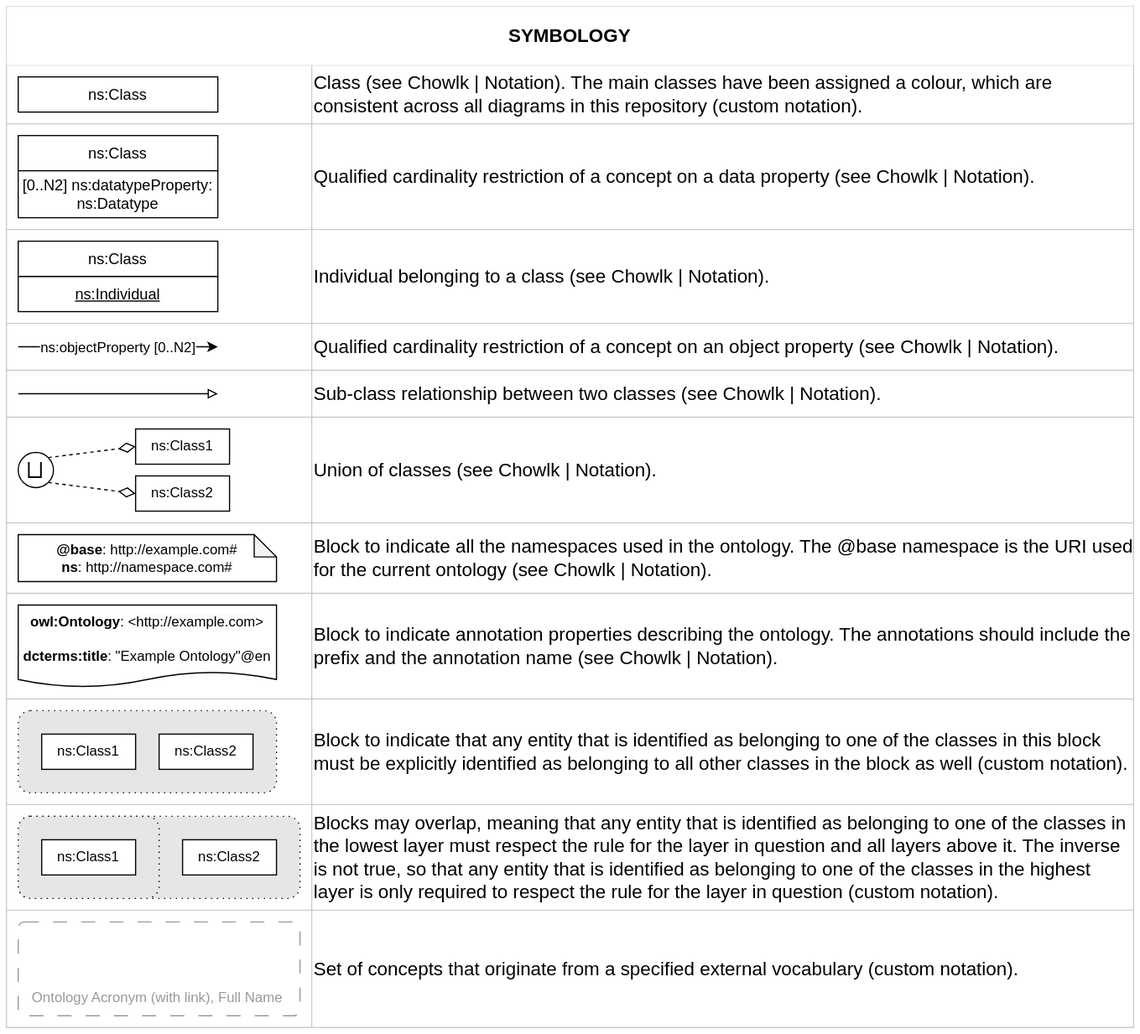
This is legend.svg from NERC-CEH/digital-objects-ontology, a draw.io export, as it was before one commit. Source tidied: cells renumbered, new cells last; positions are measured from the earlier drawing's top-left corner, leaving out a move shared by most shapes.
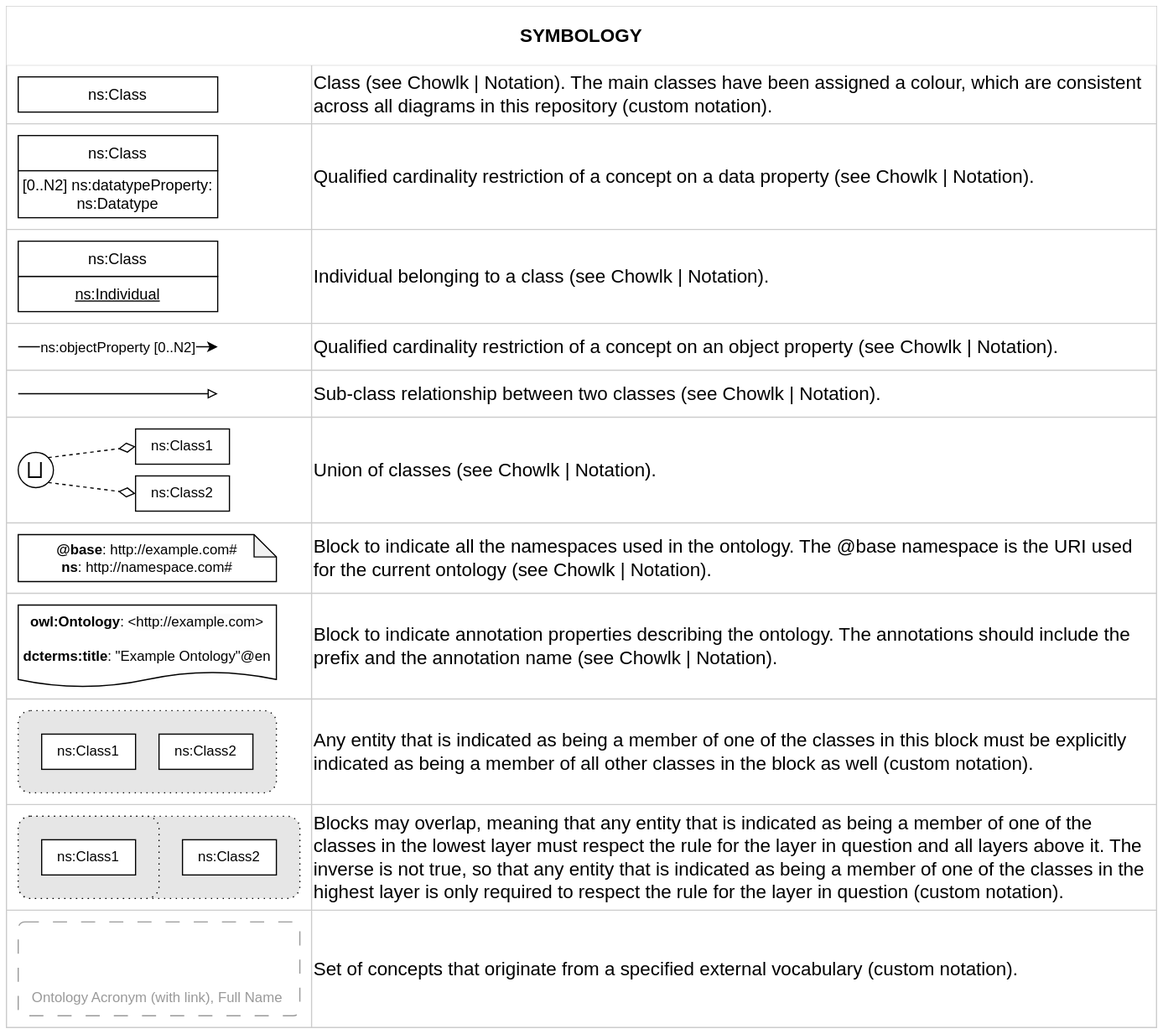
After the change.

Change to the diagram source:
```diff
@@ -3,112 +3,112 @@
     <mxCell id="0" />
     <mxCell id="1" parent="0" />
     <mxCell id="2" style="shape=table;startSize=0;fontSize=16;strokeColor=#CCCCCC;" parent="1" vertex="1">
-      <mxGeometry width="960" height="870" as="geometry" />
+      <mxGeometry width="980" height="870" as="geometry" />
     </mxCell>
     <mxCell id="3" style="shape=tableRow;horizontal=0;startSize=0;swimlaneHead=0;swimlaneBody=0;strokeColor=inherit;top=0;left=0;bottom=0;right=0;fillColor=default;fontSize=16;" parent="2" vertex="1">
-      <mxGeometry width="960" height="50" as="geometry" />
+      <mxGeometry width="980" height="50" as="geometry" />
     </mxCell>
     <mxCell id="4" value="&lt;b&gt;SYMBOLOGY&lt;/b&gt;" style="shape=partialRectangle;html=1;whiteSpace=wrap;strokeColor=inherit;overflow=hidden;fillColor=none;top=0;left=0;bottom=0;right=0;fontSize=16;rowspan=1;colspan=2;" parent="3" vertex="1">
-      <mxGeometry width="960" height="50" as="geometry" />
+      <mxGeometry width="980" height="50" as="geometry" />
     </mxCell>
     <mxCell id="5" style="shape=tableRow;horizontal=0;startSize=0;swimlaneHead=0;swimlaneBody=0;strokeColor=inherit;top=0;left=0;bottom=0;right=0;fillColor=none;fontSize=16;" parent="2" vertex="1">
-      <mxGeometry y="50" width="960" height="50" as="geometry" />
+      <mxGeometry y="50" width="980" height="50" as="geometry" />
     </mxCell>
     <mxCell id="6" style="shape=partialRectangle;html=1;whiteSpace=wrap;strokeColor=inherit;overflow=hidden;fillColor=none;top=0;left=0;bottom=0;right=0;fontSize=16;" parent="5" vertex="1">
       <mxGeometry width="260" height="50" as="geometry" />
     </mxCell>
     <mxCell id="7" value="Class (see&amp;nbsp;&lt;a href=&quot;https://chowlk.linkeddata.es/notation.html&quot;&gt;Chowlk | Notation&lt;/a&gt;). The main classes have been assigned a colour, which are consistent across all diagrams in this repository (custom notation)." style="shape=partialRectangle;html=1;whiteSpace=wrap;strokeColor=inherit;overflow=hidden;fillColor=none;top=0;left=0;bottom=0;right=0;fontSize=16;align=left;" parent="5" vertex="1">
-      <mxGeometry x="260" width="700" height="50" as="geometry" />
+      <mxGeometry x="260" width="720" height="50" as="geometry" />
     </mxCell>
     <mxCell id="8" style="shape=tableRow;horizontal=0;startSize=0;swimlaneHead=0;swimlaneBody=0;strokeColor=inherit;top=0;left=0;bottom=0;right=0;fillColor=none;fontSize=16;" parent="2" vertex="1">
-      <mxGeometry y="100" width="960" height="90" as="geometry" />
+      <mxGeometry y="100" width="980" height="90" as="geometry" />
     </mxCell>
     <mxCell id="9" style="shape=partialRectangle;html=1;whiteSpace=wrap;strokeColor=inherit;overflow=hidden;fillColor=none;top=0;left=0;bottom=0;right=0;fontSize=16;" parent="8" vertex="1">
       <mxGeometry width="260" height="90" as="geometry" />
     </mxCell>
     <mxCell id="10" value="Qualified cardinality restriction of a concept on a data property&amp;nbsp;(see&amp;nbsp;&lt;a href=&quot;https://chowlk.linkeddata.es/notation.html&quot;&gt;Chowlk | Notation&lt;/a&gt;)." style="shape=partialRectangle;html=1;whiteSpace=wrap;strokeColor=inherit;overflow=hidden;fillColor=none;top=0;left=0;bottom=0;right=0;fontSize=16;align=left;" parent="8" vertex="1">
-      <mxGeometry x="260" width="700" height="90" as="geometry" />
+      <mxGeometry x="260" width="720" height="90" as="geometry" />
     </mxCell>
     <mxCell id="11" style="shape=tableRow;horizontal=0;startSize=0;swimlaneHead=0;swimlaneBody=0;strokeColor=inherit;top=0;left=0;bottom=0;right=0;fillColor=none;fontSize=16;" parent="2" vertex="1">
-      <mxGeometry y="190" width="960" height="80" as="geometry" />
+      <mxGeometry y="190" width="980" height="80" as="geometry" />
     </mxCell>
     <mxCell id="12" style="shape=partialRectangle;html=1;whiteSpace=wrap;strokeColor=inherit;overflow=hidden;fillColor=none;top=0;left=0;bottom=0;right=0;fontSize=16;" parent="11" vertex="1">
       <mxGeometry width="260" height="80" as="geometry" />
     </mxCell>
     <mxCell id="13" value="Individual belonging to a class (see&amp;nbsp;&lt;a href=&quot;https://chowlk.linkeddata.es/notation.html&quot;&gt;Chowlk | Notation&lt;/a&gt;)." style="shape=partialRectangle;html=1;whiteSpace=wrap;strokeColor=inherit;overflow=hidden;fillColor=none;top=0;left=0;bottom=0;right=0;fontSize=16;align=left;" parent="11" vertex="1">
-      <mxGeometry x="260" width="700" height="80" as="geometry" />
+      <mxGeometry x="260" width="720" height="80" as="geometry" />
     </mxCell>
     <mxCell id="14" style="shape=tableRow;horizontal=0;startSize=0;swimlaneHead=0;swimlaneBody=0;strokeColor=inherit;top=0;left=0;bottom=0;right=0;fillColor=none;fontSize=16;" parent="2" vertex="1">
-      <mxGeometry y="270" width="960" height="40" as="geometry" />
+      <mxGeometry y="270" width="980" height="40" as="geometry" />
     </mxCell>
     <mxCell id="15" style="shape=partialRectangle;html=1;whiteSpace=wrap;strokeColor=inherit;overflow=hidden;fillColor=none;top=0;left=0;bottom=0;right=0;fontSize=16;" parent="14" vertex="1">
       <mxGeometry width="260" height="40" as="geometry" />
     </mxCell>
     <mxCell id="16" value="Qualified cardinality restriction of a concept on an object property&amp;nbsp;(see&amp;nbsp;&lt;a href=&quot;https://chowlk.linkeddata.es/notation.html&quot;&gt;Chowlk | Notation&lt;/a&gt;)." style="shape=partialRectangle;html=1;whiteSpace=wrap;strokeColor=inherit;overflow=hidden;fillColor=none;top=0;left=0;bottom=0;right=0;fontSize=16;align=left;" parent="14" vertex="1">
-      <mxGeometry x="260" width="700" height="40" as="geometry" />
+      <mxGeometry x="260" width="720" height="40" as="geometry" />
     </mxCell>
     <mxCell id="17" style="shape=tableRow;horizontal=0;startSize=0;swimlaneHead=0;swimlaneBody=0;strokeColor=inherit;top=0;left=0;bottom=0;right=0;fillColor=none;fontSize=16;" parent="2" vertex="1">
-      <mxGeometry y="310" width="960" height="40" as="geometry" />
+      <mxGeometry y="310" width="980" height="40" as="geometry" />
     </mxCell>
     <mxCell id="18" style="shape=partialRectangle;html=1;whiteSpace=wrap;strokeColor=inherit;overflow=hidden;fillColor=none;top=0;left=0;bottom=0;right=0;fontSize=16;" parent="17" vertex="1">
       <mxGeometry width="260" height="40" as="geometry" />
     </mxCell>
     <mxCell id="19" value="Sub-class relationship between two classes&amp;nbsp;(see&amp;nbsp;&lt;a href=&quot;https://chowlk.linkeddata.es/notation.html&quot;&gt;Chowlk | Notation&lt;/a&gt;)." style="shape=partialRectangle;html=1;whiteSpace=wrap;strokeColor=inherit;overflow=hidden;fillColor=none;top=0;left=0;bottom=0;right=0;fontSize=16;align=left;" parent="17" vertex="1">
-      <mxGeometry x="260" width="700" height="40" as="geometry" />
+      <mxGeometry x="260" width="720" height="40" as="geometry" />
     </mxCell>
     <mxCell id="20" style="shape=tableRow;horizontal=0;startSize=0;swimlaneHead=0;swimlaneBody=0;strokeColor=inherit;top=0;left=0;bottom=0;right=0;fillColor=none;fontSize=16;" parent="2" vertex="1">
-      <mxGeometry y="350" width="960" height="90" as="geometry" />
+      <mxGeometry y="350" width="980" height="90" as="geometry" />
     </mxCell>
     <mxCell id="21" style="shape=partialRectangle;html=1;whiteSpace=wrap;strokeColor=inherit;overflow=hidden;fillColor=none;top=0;left=0;bottom=0;right=0;fontSize=16;" parent="20" vertex="1">
       <mxGeometry width="260" height="90" as="geometry" />
     </mxCell>
     <mxCell id="22" value="Union of classes&amp;nbsp;(see&amp;nbsp;&lt;a href=&quot;https://chowlk.linkeddata.es/notation.html&quot;&gt;Chowlk | Notation&lt;/a&gt;)." style="shape=partialRectangle;html=1;whiteSpace=wrap;strokeColor=inherit;overflow=hidden;fillColor=none;top=0;left=0;bottom=0;right=0;fontSize=16;align=left;" parent="20" vertex="1">
-      <mxGeometry x="260" width="700" height="90" as="geometry" />
+      <mxGeometry x="260" width="720" height="90" as="geometry" />
     </mxCell>
     <mxCell id="23" style="shape=tableRow;horizontal=0;startSize=0;swimlaneHead=0;swimlaneBody=0;strokeColor=inherit;top=0;left=0;bottom=0;right=0;fillColor=none;fontSize=16;" parent="2" vertex="1">
-      <mxGeometry y="440" width="960" height="60" as="geometry" />
+      <mxGeometry y="440" width="980" height="60" as="geometry" />
     </mxCell>
     <mxCell id="24" style="shape=partialRectangle;html=1;whiteSpace=wrap;strokeColor=inherit;overflow=hidden;fillColor=none;top=0;left=0;bottom=0;right=0;fontSize=16;" parent="23" vertex="1">
       <mxGeometry width="260" height="60" as="geometry" />
     </mxCell>
     <mxCell id="25" value="Block to indicate all the namespaces used in the ontology. The @base namespace is the URI used for the current ontology&amp;nbsp;(see&amp;nbsp;&lt;a href=&quot;https://chowlk.linkeddata.es/notation.html&quot;&gt;Chowlk | Notation&lt;/a&gt;)." style="shape=partialRectangle;html=1;whiteSpace=wrap;strokeColor=inherit;overflow=hidden;fillColor=none;top=0;left=0;bottom=0;right=0;fontSize=16;align=left;" parent="23" vertex="1">
-      <mxGeometry x="260" width="700" height="60" as="geometry" />
+      <mxGeometry x="260" width="720" height="60" as="geometry" />
     </mxCell>
     <mxCell id="26" style="shape=tableRow;horizontal=0;startSize=0;swimlaneHead=0;swimlaneBody=0;strokeColor=inherit;top=0;left=0;bottom=0;right=0;fillColor=none;fontSize=16;" parent="2" vertex="1">
-      <mxGeometry y="500" width="960" height="90" as="geometry" />
+      <mxGeometry y="500" width="980" height="90" as="geometry" />
     </mxCell>
     <mxCell id="27" style="shape=partialRectangle;html=1;whiteSpace=wrap;strokeColor=inherit;overflow=hidden;fillColor=none;top=0;left=0;bottom=0;right=0;fontSize=16;" parent="26" vertex="1">
       <mxGeometry width="260" height="90" as="geometry" />
     </mxCell>
     <mxCell id="28" value="Block to indicate annotation properties describing the ontology. The annotations should include the prefix and the annotation name&amp;nbsp;(see&amp;nbsp;&lt;a href=&quot;https://chowlk.linkeddata.es/notation.html&quot;&gt;Chowlk | Notation&lt;/a&gt;)." style="shape=partialRectangle;html=1;whiteSpace=wrap;strokeColor=inherit;overflow=hidden;fillColor=none;top=0;left=0;bottom=0;right=0;fontSize=16;align=left;" parent="26" vertex="1">
-      <mxGeometry x="260" width="700" height="90" as="geometry" />
+      <mxGeometry x="260" width="720" height="90" as="geometry" />
     </mxCell>
     <mxCell id="29" style="shape=tableRow;horizontal=0;startSize=0;swimlaneHead=0;swimlaneBody=0;strokeColor=inherit;top=0;left=0;bottom=0;right=0;fillColor=none;fontSize=16;" parent="2" vertex="1">
-      <mxGeometry y="590" width="960" height="90" as="geometry" />
+      <mxGeometry y="590" width="980" height="90" as="geometry" />
     </mxCell>
     <mxCell id="30" style="shape=partialRectangle;html=1;whiteSpace=wrap;strokeColor=inherit;overflow=hidden;fillColor=none;top=0;left=0;bottom=0;right=0;fontSize=16;" parent="29" vertex="1">
       <mxGeometry width="260" height="90" as="geometry" />
     </mxCell>
-    <mxCell id="31" value="Block to indicate that any entity that is identified as belonging to one of the classes in this block must be explicitly identified as belonging to all other classes in the block as well (custom notation)." style="shape=partialRectangle;html=1;whiteSpace=wrap;strokeColor=inherit;overflow=hidden;fillColor=none;top=0;left=0;bottom=0;right=0;fontSize=16;align=left;" parent="29" vertex="1">
-      <mxGeometry x="260" width="700" height="90" as="geometry" />
+    <mxCell id="31" value="Any entity that is indicated as being a member of one of the classes in this block must be explicitly indicated as being a member of all other classes in the block as well (custom notation)." style="shape=partialRectangle;html=1;whiteSpace=wrap;strokeColor=inherit;overflow=hidden;fillColor=none;top=0;left=0;bottom=0;right=0;fontSize=16;align=left;" parent="29" vertex="1">
+      <mxGeometry x="260" width="720" height="90" as="geometry" />
     </mxCell>
     <mxCell id="32" style="shape=tableRow;horizontal=0;startSize=0;swimlaneHead=0;swimlaneBody=0;strokeColor=inherit;top=0;left=0;bottom=0;right=0;fillColor=none;fontSize=16;" parent="2" vertex="1">
-      <mxGeometry y="680" width="960" height="90" as="geometry" />
+      <mxGeometry y="680" width="980" height="90" as="geometry" />
     </mxCell>
     <mxCell id="33" style="shape=partialRectangle;html=1;whiteSpace=wrap;strokeColor=inherit;overflow=hidden;fillColor=none;top=0;left=0;bottom=0;right=0;fontSize=16;" parent="32" vertex="1">
       <mxGeometry width="260" height="90" as="geometry" />
     </mxCell>
-    <mxCell id="34" value="Blocks may overlap, meaning that any entity that is identified as belonging to one of the classes in the lowest layer must respect the rule for the layer in question and all layers above it. The inverse is not true, so that any entity that is identified as belonging to one of the classes in the highest layer is only required to respect the rule for the layer in question&amp;nbsp;(custom notation)." style="shape=partialRectangle;html=1;whiteSpace=wrap;strokeColor=inherit;overflow=hidden;fillColor=none;top=0;left=0;bottom=0;right=0;fontSize=16;align=left;" parent="32" vertex="1">
-      <mxGeometry x="260" width="700" height="90" as="geometry" />
+    <mxCell id="34" value="Blocks may overlap, meaning that any entity that is indicated as being a member of one of the classes&amp;nbsp;in the lowest layer must respect the rule for the layer in question and all layers above it. The inverse is not true, so that any entity that is indicated as being a member of one of the classes&amp;nbsp;in the highest layer is only required to respect the rule for the layer in question&amp;nbsp;(custom notation)." style="shape=partialRectangle;html=1;whiteSpace=wrap;strokeColor=inherit;overflow=hidden;fillColor=none;top=0;left=0;bottom=0;right=0;fontSize=16;align=left;" parent="32" vertex="1">
+      <mxGeometry x="260" width="720" height="90" as="geometry" />
     </mxCell>
     <mxCell id="35" style="shape=tableRow;horizontal=0;startSize=0;swimlaneHead=0;swimlaneBody=0;strokeColor=inherit;top=0;left=0;bottom=0;right=0;fillColor=none;fontSize=16;" parent="2" vertex="1">
-      <mxGeometry y="770" width="960" height="100" as="geometry" />
+      <mxGeometry y="770" width="980" height="100" as="geometry" />
     </mxCell>
     <mxCell id="36" style="shape=partialRectangle;html=1;whiteSpace=wrap;strokeColor=inherit;overflow=hidden;fillColor=none;top=0;left=0;bottom=0;right=0;fontSize=16;" parent="35" vertex="1">
       <mxGeometry width="260" height="100" as="geometry" />
     </mxCell>
     <mxCell id="37" value="Set of concepts that originate from a specified external vocabulary (custom notation)." style="shape=partialRectangle;html=1;whiteSpace=wrap;strokeColor=inherit;overflow=hidden;fillColor=none;top=0;left=0;bottom=0;right=0;fontSize=16;align=left;" parent="35" vertex="1">
-      <mxGeometry x="260" width="700" height="100" as="geometry" />
+      <mxGeometry x="260" width="720" height="100" as="geometry" />
     </mxCell>
     <mxCell id="38" value="ns:Class" style="rounded=0;whiteSpace=wrap;html=1;strokeWidth=1;fontStyle=0;fontSize=13;verticalAlign=middle;" parent="1" vertex="1">
       <mxGeometry x="10" y="60" width="170" height="30" as="geometry" />
```
